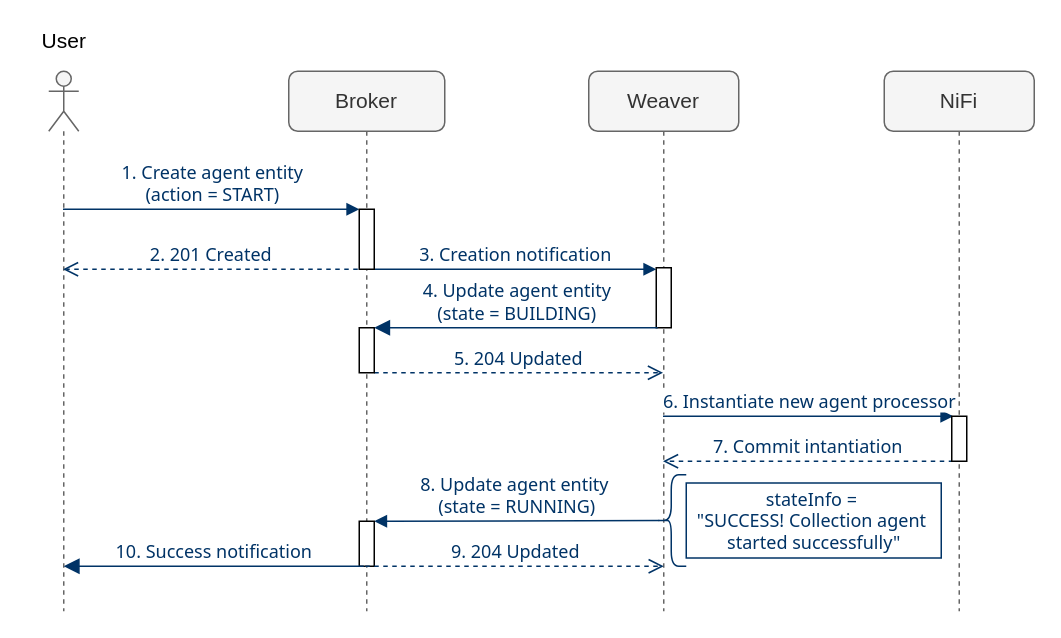
Earlier version of the draw.io diagram page "collection-agent-instantiation" (1 of 14) of docs/sda-orchestration/img/SDA-orchestration-sequence-diagrams.drawio (giros-dit/semantic-data-aggregator). Source tidied: cells renumbered, new cells numbered last; positions are measured from the earlier drawing's top-left corner, leaving out a move shared by most shapes. Both pictures are drawn from the tidied source at 150%, with x=0, y=0 at pixel (26, 26).
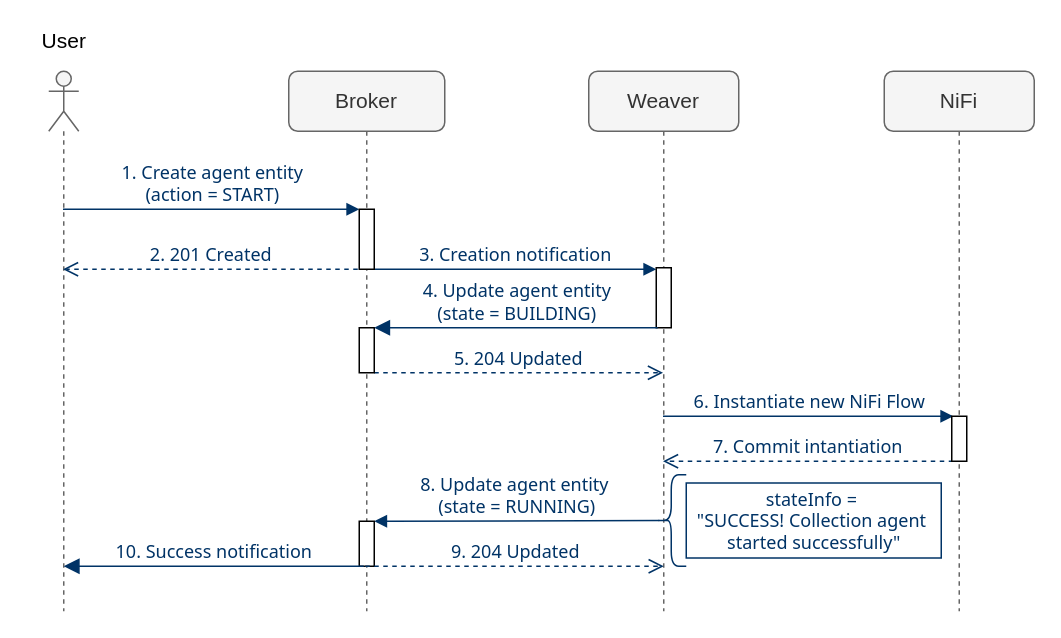
The same page after the edit.

The change refers to these unchanged cells:
```xml
<mxCell id="3" value="Weaver" style="shape=umlLifeline;perimeter=lifelinePerimeter;whiteSpace=wrap;html=1;outlineConnect=0;rounded=1;fontSize=14;fontColor=#333333;strokeColor=#666666;fillColor=#f5f5f5;" parent="1" vertex="1">
  <mxGeometry x="375" y="30" width="100" height="360" as="geometry" />
</mxCell>
<mxCell id="17" style="html=1;points=[];perimeter=orthogonalPerimeter;fontFamily=Tahoma;fontSize=12;fontColor=#003366;" parent="1" vertex="1">
  <mxGeometry x="617" y="260" width="10" height="30" as="geometry" />
</mxCell>
```

The edit, as a diff of the source:
```diff
@@
-    <mxCell id="7" value="6. Instantiate new agent processor" style="html=1;verticalAlign=bottom;endArrow=block;strokeColor=#003366;fontFamily=Tahoma;fontSize=12;fontColor=#003366;entryX=0.1;entryY=0;entryDx=0;entryDy=0;entryPerimeter=0;" parent="1" edge="1" source="3" target="17">
+    <mxCell id="7" value="6. Instantiate new NiFi Flow" style="html=1;verticalAlign=bottom;endArrow=block;strokeColor=#003366;fontFamily=Tahoma;fontSize=12;fontColor=#003366;entryX=0.1;entryY=0;entryDx=0;entryDy=0;entryPerimeter=0;labelBackgroundColor=#ffffff;" parent="1" edge="1" source="3" target="17">
       <mxGeometry relative="1" as="geometry" />
     </mxCell>
```
